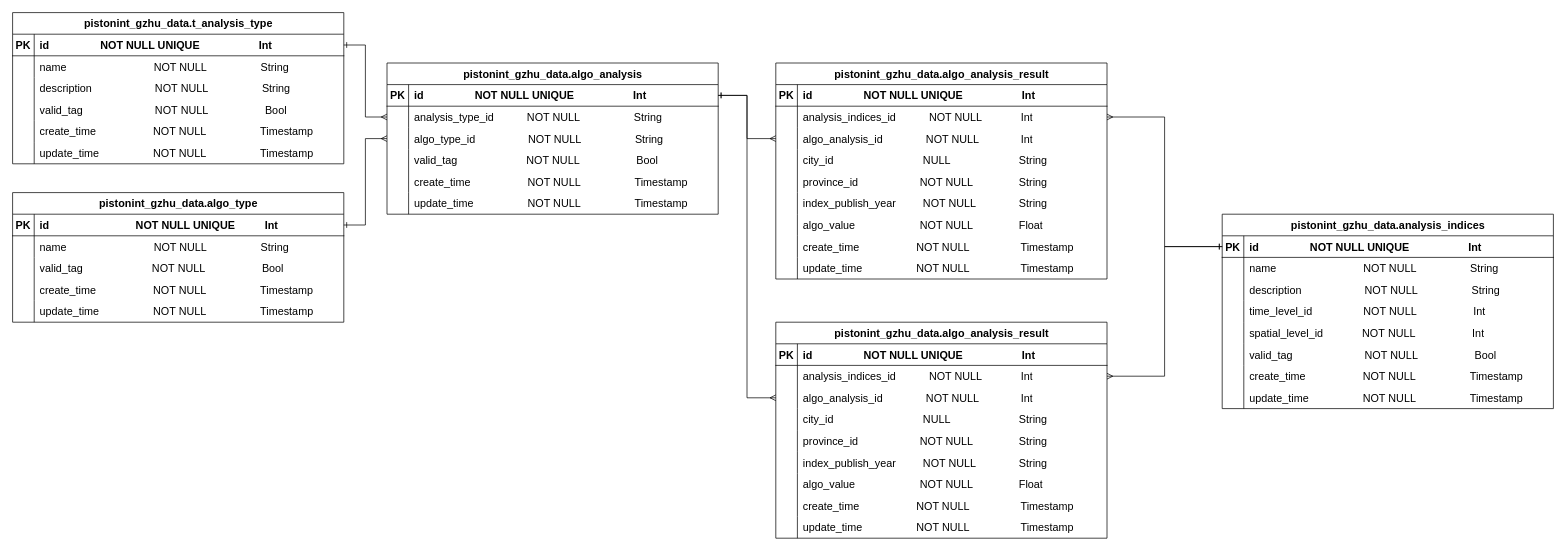
Above: page "指数可视化模型" (8 of 10) of 广大数据平台逻辑图.drawio in wangzijia122/drawio_repository (draw.io), before the change. Source tidied: cells renumbered, new cells numbered last; positions are measured from the earlier drawing's top-left corner, leaving out a move shared by most shapes. Both pictures are drawn from the tidied source at 72%, with x=0, y=0 at pixel (12, 12).
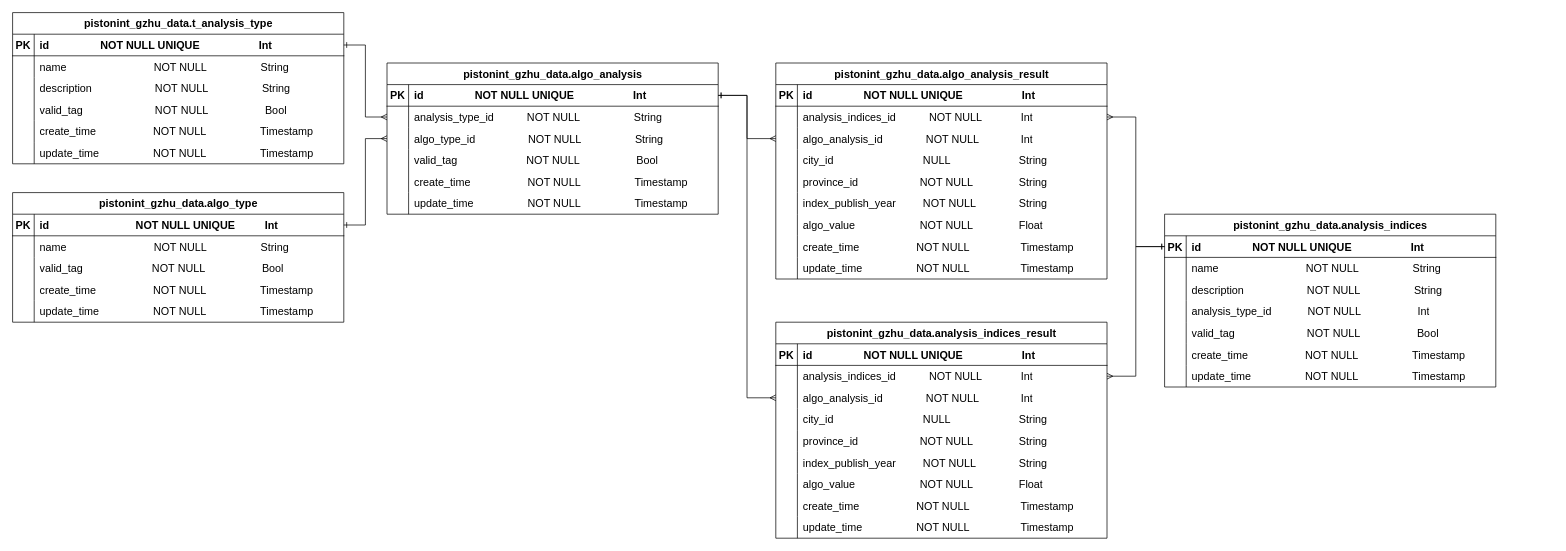
After the change.

Commit message (it also covers changes not shown here):
更新广大数据平台逻辑图.drawio

The change refers to these unchanged cells:
```xml
<mxCell id="96" style="shape=tableRow;horizontal=0;startSize=0;swimlaneHead=0;swimlaneBody=0;fillColor=none;top=0;left=0;right=0;bottom=0;fontSize=15;" parent="86" vertex="1">
  <mxGeometry y="120" width="460" height="30" as="geometry" />
</mxCell>
```

What changed in the source:
```diff
@@
     <mxCell id="86" value="pistonint_gzhu_data.analysis_indices" style="shape=table;startSize=30;childLayout=tableLayout;rowLines=0;fontStyle=1;align=center;html=1;fontSize=15;" parent="1" vertex="1">
-      <mxGeometry x="1680" y="280" width="460" height="270" as="geometry" />
+      <mxGeometry x="1600" y="280" width="460" height="240" as="geometry" />
     </mxCell>
@@
-    <mxCell id="97" style="shape=partialRectangle;fillColor=none;top=0;left=0;bottom=0;right=0;overflow=hidden;whiteSpace=wrap;html=1;fontSize=15;" parent="96" vertex="1">
-      <mxGeometry width="30" height="30" as="geometry" />
-    </mxCell>
-    <mxCell id="98" value="time_level_id&lt;span style=&quot;&quot;&gt;&lt;span style=&quot;&quot;&gt;&lt;span style=&quot;&quot;&gt;&lt;span style=&quot;&quot;&gt;&amp;nbsp;&amp;nbsp;&lt;/span&gt;&lt;/span&gt;&lt;span style=&quot;&quot;&gt;&lt;span style=&quot;&quot;&gt;&amp;nbsp;&amp;nbsp;&amp;nbsp;&amp;nbsp;&lt;span style=&quot;&quot;&gt;&lt;span style=&quot;&quot;&gt;&amp;nbsp;&amp;nbsp;&amp;nbsp;&amp;nbsp;&lt;/span&gt;&lt;/span&gt;&lt;span style=&quot;&quot;&gt;&lt;span style=&quot;&quot;&gt;&amp;nbsp; &amp;nbsp; &amp;nbsp; &amp;nbsp;NOT&amp;nbsp;&lt;/span&gt;&lt;/span&gt;&lt;/span&gt;&lt;/span&gt;&lt;/span&gt;&lt;/span&gt;NULL&lt;span style=&quot;&quot;&gt; &lt;/span&gt;&amp;nbsp;&lt;span style=&quot;&quot;&gt; &lt;/span&gt;&lt;span style=&quot;&quot;&gt; &lt;span style=&quot;&quot;&gt;&lt;span style=&quot;&quot;&gt;&amp;nbsp;&amp;nbsp;&amp;nbsp;&amp;nbsp;&lt;/span&gt;&lt;/span&gt;&lt;span style=&quot;&quot;&gt;&lt;span style=&quot;&quot;&gt;&amp;nbsp;&amp;nbsp;&amp;nbsp;&amp;nbsp;&lt;/span&gt;&lt;/span&gt; &lt;span style=&quot;&quot;&gt;&lt;span style=&quot;&quot;&gt;&amp;nbsp; &amp;nbsp; &amp;nbsp; &amp;nbsp;Int&lt;/span&gt;&lt;/span&gt;&lt;/span&gt;" style="shape=partialRectangle;fillColor=none;top=0;left=0;bottom=0;right=0;align=left;spacingLeft=6;overflow=hidden;whiteSpace=wrap;html=1;fontSize=15;" parent="96" vertex="1">
-      <mxGeometry x="30" width="430" height="30" as="geometry" />
-    </mxCell>
-    <mxCell id="99" style="shape=tableRow;horizontal=0;startSize=0;swimlaneHead=0;swimlaneBody=0;fillColor=none;top=0;left=0;right=0;bottom=0;fontSize=15;" parent="86" vertex="1">
-      <mxGeometry y="150" width="460" height="30" as="geometry" />
-    </mxCell>
-    <mxCell id="100" style="shape=partialRectangle;fillColor=none;top=0;left=0;bottom=0;right=0;overflow=hidden;whiteSpace=wrap;html=1;fontSize=15;" parent="99" vertex="1">
-      <mxGeometry width="30" height="30" as="geometry" />
-    </mxCell>
-    <mxCell id="101" value="spatial_level_id&lt;span style=&quot;&quot;&gt;&lt;span style=&quot;&quot;&gt;&lt;span style=&quot;&quot;&gt;&lt;span style=&quot;&quot;&gt;&amp;nbsp;&amp;nbsp;&lt;span style=&quot;&quot;&gt;&lt;span style=&quot;&quot;&gt;&amp;nbsp;&amp;nbsp;&amp;nbsp;&amp;nbsp;&lt;/span&gt;&lt;/span&gt;&lt;span style=&quot;&quot;&gt;&lt;span style=&quot;&quot;&gt;&amp;nbsp; &amp;nbsp; &amp;nbsp; &amp;nbsp;NOT&amp;nbsp;&lt;/span&gt;&lt;/span&gt;&lt;/span&gt;&lt;/span&gt;&lt;/span&gt;&lt;/span&gt;NULL&lt;span style=&quot;&quot;&gt; &lt;/span&gt;&amp;nbsp;&lt;span style=&quot;&quot;&gt; &lt;/span&gt;&lt;span style=&quot;&quot;&gt; &lt;span style=&quot;&quot;&gt;&lt;span style=&quot;&quot;&gt;&amp;nbsp;&amp;nbsp;&amp;nbsp;&amp;nbsp;&lt;/span&gt;&lt;/span&gt;&lt;span style=&quot;&quot;&gt;&lt;span style=&quot;&quot;&gt;&amp;nbsp;&amp;nbsp;&amp;nbsp;&amp;nbsp;&lt;/span&gt;&lt;/span&gt; &lt;span style=&quot;&quot;&gt;&lt;span style=&quot;&quot;&gt;&amp;nbsp; &amp;nbsp; &amp;nbsp; &amp;nbsp;Int&lt;/span&gt;&lt;/span&gt;&lt;/span&gt;" style="shape=partialRectangle;fillColor=none;top=0;left=0;bottom=0;right=0;align=left;spacingLeft=6;overflow=hidden;whiteSpace=wrap;html=1;fontSize=15;" parent="99" vertex="1">
-      <mxGeometry x="30" width="430" height="30" as="geometry" />
-    </mxCell>
+    <mxCell id="143" style="shape=partialRectangle;fillColor=none;top=0;left=0;bottom=0;right=0;overflow=hidden;whiteSpace=wrap;html=1;fontSize=15;" parent="96" vertex="1">
+      <mxGeometry width="30" height="30" as="geometry" />
+    </mxCell>
+    <mxCell id="144" value="analysis_type_id&lt;span style=&quot;&quot;&gt;&lt;span style=&quot;&quot;&gt;&lt;span style=&quot;&quot;&gt;&lt;span style=&quot;&quot;&gt;&amp;nbsp;&lt;span style=&quot;&quot;&gt;&lt;span style=&quot;&quot;&gt;&amp;nbsp;&amp;nbsp;&amp;nbsp;&amp;nbsp;&lt;/span&gt;&lt;/span&gt;&lt;span style=&quot;&quot;&gt;&lt;span style=&quot;&quot;&gt;&amp;nbsp; &amp;nbsp; &amp;nbsp; &amp;nbsp;NOT&amp;nbsp;&lt;/span&gt;&lt;/span&gt;&lt;/span&gt;&lt;/span&gt;&lt;/span&gt;&lt;/span&gt;NULL&lt;span style=&quot;&quot;&gt; &lt;/span&gt;&amp;nbsp;&lt;span style=&quot;&quot;&gt; &lt;/span&gt;&lt;span style=&quot;&quot;&gt; &lt;span style=&quot;&quot;&gt;&lt;span style=&quot;&quot;&gt;&amp;nbsp;&amp;nbsp;&amp;nbsp;&amp;nbsp;&lt;/span&gt;&lt;/span&gt;&lt;span style=&quot;&quot;&gt;&lt;span style=&quot;&quot;&gt;&amp;nbsp;&amp;nbsp;&amp;nbsp;&amp;nbsp;&lt;/span&gt;&lt;/span&gt; &lt;span style=&quot;&quot;&gt;&lt;span style=&quot;&quot;&gt;&amp;nbsp; &amp;nbsp; &amp;nbsp; &amp;nbsp;Int&lt;/span&gt;&lt;/span&gt;&lt;/span&gt;" style="shape=partialRectangle;fillColor=none;top=0;left=0;bottom=0;right=0;align=left;spacingLeft=6;overflow=hidden;whiteSpace=wrap;html=1;fontSize=15;" parent="96" vertex="1">
+      <mxGeometry x="30" width="430" height="30" as="geometry" />
+    </mxCell>
     <mxCell id="102" style="shape=tableRow;horizontal=0;startSize=0;swimlaneHead=0;swimlaneBody=0;fillColor=none;top=0;left=0;right=0;bottom=0;fontSize=15;" parent="86" vertex="1">
-      <mxGeometry y="180" width="460" height="30" as="geometry" />
+      <mxGeometry y="150" width="460" height="30" as="geometry" />
     </mxCell>
@@
     <mxCell id="105" style="shape=tableRow;horizontal=0;startSize=0;swimlaneHead=0;swimlaneBody=0;fillColor=none;top=0;left=0;right=0;bottom=0;fontSize=15;" parent="86" vertex="1">
-      <mxGeometry y="210" width="460" height="30" as="geometry" />
+      <mxGeometry y="180" width="460" height="30" as="geometry" />
     </mxCell>
@@
     <mxCell id="108" style="shape=tableRow;horizontal=0;startSize=0;swimlaneHead=0;swimlaneBody=0;fillColor=none;top=0;left=0;right=0;bottom=0;fontSize=15;" parent="86" vertex="1">
-      <mxGeometry y="240" width="460" height="30" as="geometry" />
+      <mxGeometry y="210" width="460" height="30" as="geometry" />
     </mxCell>
@@
-    <mxCell id="112" value="pistonint_gzhu_data.algo_analysis_result" style="shape=table;startSize=30;childLayout=tableLayout;rowLines=0;fontStyle=1;align=center;html=1;fontSize=15;" parent="1" vertex="1">
+    <mxCell id="112" value="pistonint_gzhu_data.analysis_indices_result" style="shape=table;startSize=30;childLayout=tableLayout;rowLines=0;fontStyle=1;align=center;html=1;fontSize=15;" parent="1" vertex="1">
       <mxGeometry x="1060" y="430" width="460" height="300" as="geometry" />
     </mxCell>
```
